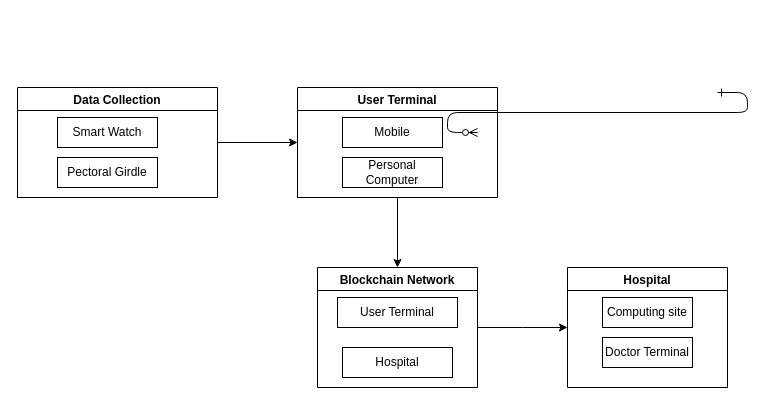
unnc-fose-20126522/Health-Status-Monitoring-System-based-on-Hyperledger-Fabric-and-ModeChain keeps this draw.io diagram as SystemArchitecture.drawio. Above is the earlier version. Source tidied: cells renumbered, new cells numbered last; positions are measured from the earlier drawing's top-left corner, leaving out a move shared by most shapes. Both pictures are drawn from the tidied source at 100%, with x=0, y=0 at pixel (17, 87).
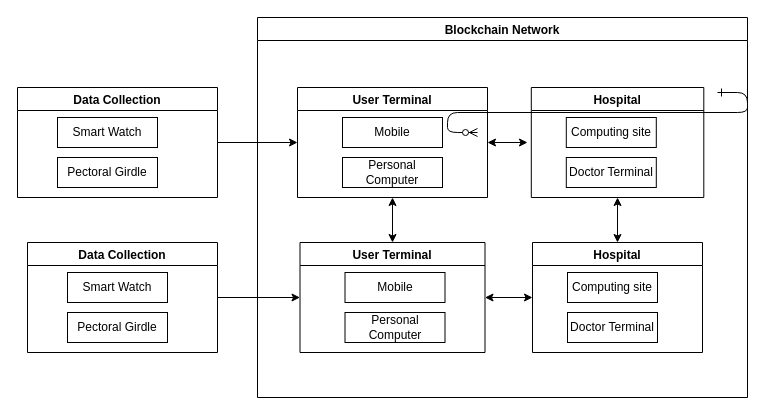
The same page after the edit.

The edit, as a diff of the source:
```diff
@@
     <mxCell id="6" value="User Terminal" style="swimlane;" parent="1" vertex="1">
-      <mxGeometry x="280" width="200" height="110" as="geometry" />
+      <mxGeometry x="280" width="190" height="110" as="geometry" />
     </mxCell>
@@
+    <mxCell id="15" value="Blockchain Network" style="swimlane;" parent="1" vertex="1">
+      <mxGeometry x="240" y="-70" width="490" height="380" as="geometry" />
+    </mxCell>
-    <mxCell id="10" value="Hospital" style="swimlane;" parent="1" vertex="1">
-      <mxGeometry x="550" y="180" width="160" height="120" as="geometry" />
+    <mxCell id="10" value="Hospital" style="swimlane;" parent="15" vertex="1">
+      <mxGeometry x="273.8" y="70" width="172.5" height="110" as="geometry" />
     </mxCell>
@@
-    <mxCell id="13" style="endArrow=classic;html=1;rounded=0;exitX=0.5;exitY=1;exitDx=0;exitDy=0;entryX=0.5;entryY=0;entryDx=0;entryDy=0;" parent="1" edge="1" source="6" target="15">
-      <mxGeometry relative="1" as="geometry" />
-    </mxCell>
-    <mxCell id="14" style="edgeStyle=orthogonalEdgeStyle;rounded=0;jettySize=auto;html=1;exitX=1;exitY=0.5;exitDx=0;exitDy=0;" parent="1" edge="1" source="15">
-      <mxGeometry relative="1" as="geometry">
-        <mxPoint x="550" y="240" as="targetPoint" />
-      </mxGeometry>
-    </mxCell>
-    <mxCell id="15" value="Blockchain Network" style="swimlane;" parent="1" vertex="1">
-      <mxGeometry x="300" y="180" width="160" height="120" as="geometry" />
-    </mxCell>
+    <mxCell id="17" value="Hospital" style="swimlane;" parent="15" vertex="1">
+      <mxGeometry x="275" y="225" width="170" height="110" as="geometry" />
+    </mxCell>
+    <mxCell id="18" value="Computing site" style="rounded=0;whiteSpace=wrap;html=1;" parent="17" vertex="1">
+      <mxGeometry x="35" y="30" width="90" height="30" as="geometry" />
+    </mxCell>
+    <mxCell id="19" value="Doctor Terminal" style="rounded=0;whiteSpace=wrap;html=1;" parent="17" vertex="1">
+      <mxGeometry x="35" y="70" width="90" height="30" as="geometry" />
+    </mxCell>
+    <mxCell id="20" style="endArrow=classic;startArrow=classic;html=1;rounded=0;entryX=1;entryY=0.5;entryDx=0;entryDy=0;" parent="15" edge="1" source="17" target="16">
+      <mxGeometry relative="1" as="geometry" />
+    </mxCell>
+    <mxCell id="21" style="endArrow=classic;startArrow=classic;html=1;rounded=0;entryX=0.5;entryY=0;entryDx=0;entryDy=0;exitX=0.5;exitY=1;exitDx=0;exitDy=0;" parent="15" edge="1" source="10" target="17">
+      <mxGeometry relative="1" as="geometry" />
+    </mxCell>
-    <mxCell id="16" value="User Terminal" style="rounded=0;whiteSpace=wrap;html=1;" parent="15" vertex="1">
-      <mxGeometry x="20" y="30" width="120" height="30" as="geometry" />
+    <mxCell id="16" value="User Terminal" style="swimlane;" parent="15" vertex="1">
+      <mxGeometry x="42.5" y="225" width="185" height="110" as="geometry" />
     </mxCell>
-    <mxCell id="17" value="Hospital" style="rounded=0;whiteSpace=wrap;html=1;" parent="15" vertex="1">
-      <mxGeometry x="25" y="80" width="110" height="30" as="geometry" />
-    </mxCell>
+    <mxCell id="22" value="Mobile" style="rounded=0;whiteSpace=wrap;html=1;" parent="16" vertex="1">
+      <mxGeometry x="45" y="30" width="100" height="30" as="geometry" />
+    </mxCell>
+    <mxCell id="23" value="Personal Computer" style="rounded=0;whiteSpace=wrap;html=1;" parent="16" vertex="1">
+      <mxGeometry x="45" y="70" width="100" height="30" as="geometry" />
+    </mxCell>
+    <mxCell id="24" style="endArrow=classic;startArrow=classic;html=1;rounded=0;entryX=1;entryY=0.5;entryDx=0;entryDy=0;" parent="1" edge="1" target="6">
+      <mxGeometry relative="1" as="geometry">
+        <mxPoint x="510" y="55" as="sourcePoint" />
+      </mxGeometry>
+    </mxCell>
+    <mxCell id="25" style="endArrow=classic;startArrow=classic;html=1;rounded=0;entryX=0.5;entryY=0;entryDx=0;entryDy=0;exitX=0.5;exitY=1;exitDx=0;exitDy=0;" parent="1" edge="1" source="6" target="16">
+      <mxGeometry relative="1" as="geometry" />
+    </mxCell>
+    <mxCell id="26" style="edgeStyle=orthogonalEdgeStyle;rounded=0;jettySize=auto;html=1;entryX=0;entryY=0.5;entryDx=0;entryDy=0;" parent="1" edge="1" source="27" target="16">
+      <mxGeometry relative="1" as="geometry" />
+    </mxCell>
+    <mxCell id="27" value="Data Collection" style="swimlane;" parent="1" vertex="1">
+      <mxGeometry x="10" y="155" width="190" height="110" as="geometry" />
+    </mxCell>
+    <mxCell id="28" value="Smart Watch" style="rounded=0;whiteSpace=wrap;html=1;" parent="27" vertex="1">
+      <mxGeometry x="40" y="30" width="100" height="30" as="geometry" />
+    </mxCell>
+    <mxCell id="29" value="Pectoral Girdle" style="rounded=0;whiteSpace=wrap;html=1;" parent="27" vertex="1">
+      <mxGeometry x="40" y="70" width="100" height="30" as="geometry" />
+    </mxCell>
```
